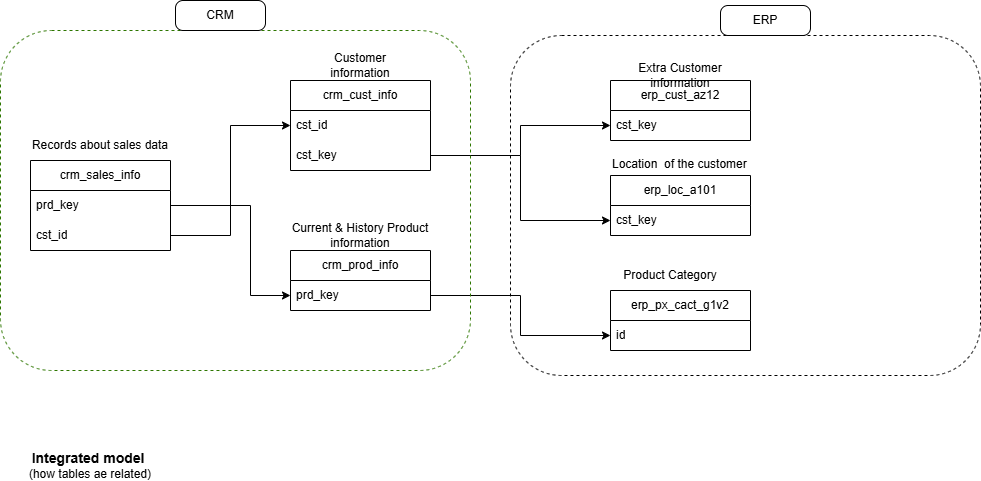
Above: Docs/Data Integration.png in ponugotisubhash/Data-Warehouse (draw.io), before the change. Source tidied: cells renumbered, new cells last; positions are measured from the earlier drawing's top-left corner, leaving out a move shared by most shapes. The source it was exported from:
```xml
<mxGraphModel>
  <root>
    <mxCell id="0" />
    <mxCell id="1" parent="0" />
    <mxCell id="2" value="crm_cust_info" style="swimlane;fontStyle=0;horizontal=1;startSize=30;whiteSpace=wrap;html=1;" parent="1" vertex="1">
      <mxGeometry x="290" y="80" width="140" height="90" as="geometry" />
    </mxCell>
    <mxCell id="3" value="cst_id" style="text;strokeColor=none;fillColor=none;align=left;verticalAlign=middle;spacingLeft=4;spacingRight=4;overflow=hidden;points=[[0,0.5],[1,0.5]];portConstraint=eastwest;whiteSpace=wrap;html=1;" parent="2" vertex="1">
      <mxGeometry y="30" width="140" height="30" as="geometry" />
    </mxCell>
    <mxCell id="4" value="cst_key" style="text;strokeColor=none;fillColor=none;align=left;verticalAlign=middle;spacingLeft=4;spacingRight=4;overflow=hidden;points=[[0,0.5],[1,0.5]];portConstraint=eastwest;whiteSpace=wrap;html=1;" parent="2" vertex="1">
      <mxGeometry y="60" width="140" height="30" as="geometry" />
    </mxCell>
    <mxCell id="5" value="Customer information" style="text;html=1;align=center;verticalAlign=middle;whiteSpace=wrap;rounded=0;" parent="1" vertex="1">
      <mxGeometry x="330" y="50" width="60" height="30" as="geometry" />
    </mxCell>
    <mxCell id="6" value="crm_prod_info" style="swimlane;fontStyle=0;horizontal=1;startSize=30;whiteSpace=wrap;html=1;" parent="1" vertex="1">
      <mxGeometry x="290" y="250" width="140" height="60" as="geometry" />
    </mxCell>
    <mxCell id="7" value="prd&lt;span style=&quot;background-color: transparent; color: light-dark(rgb(0, 0, 0), rgb(255, 255, 255));&quot;&gt;_key&lt;/span&gt;" style="text;strokeColor=none;fillColor=none;align=left;verticalAlign=middle;spacingLeft=4;spacingRight=4;overflow=hidden;points=[[0,0.5],[1,0.5]];portConstraint=eastwest;whiteSpace=wrap;html=1;" parent="6" vertex="1">
      <mxGeometry y="30" width="140" height="30" as="geometry" />
    </mxCell>
    <mxCell id="8" value="Current &amp;amp; History Product information" style="text;html=1;align=center;verticalAlign=middle;whiteSpace=wrap;rounded=0;" parent="1" vertex="1">
      <mxGeometry x="290" y="220" width="140" height="30" as="geometry" />
    </mxCell>
    <mxCell id="9" value="crm_sales_info" style="swimlane;fontStyle=0;horizontal=1;startSize=30;whiteSpace=wrap;html=1;" parent="1" vertex="1">
      <mxGeometry x="30" y="160" width="140" height="90" as="geometry" />
    </mxCell>
    <mxCell id="10" value="&lt;span style=&quot;background-color: transparent; color: light-dark(rgb(0, 0, 0), rgb(255, 255, 255));&quot;&gt;prd_key&lt;/span&gt;" style="text;strokeColor=none;fillColor=none;align=left;verticalAlign=middle;spacingLeft=4;spacingRight=4;overflow=hidden;points=[[0,0.5],[1,0.5]];portConstraint=eastwest;whiteSpace=wrap;html=1;" parent="9" vertex="1">
      <mxGeometry y="30" width="140" height="30" as="geometry" />
    </mxCell>
    <mxCell id="11" value="cst_id" style="text;strokeColor=none;fillColor=none;align=left;verticalAlign=middle;spacingLeft=4;spacingRight=4;overflow=hidden;points=[[0,0.5],[1,0.5]];portConstraint=eastwest;whiteSpace=wrap;html=1;" parent="9" vertex="1">
      <mxGeometry y="60" width="140" height="30" as="geometry" />
    </mxCell>
    <mxCell id="12" value="Records about sales data" style="text;html=1;align=center;verticalAlign=middle;whiteSpace=wrap;rounded=0;" parent="1" vertex="1">
      <mxGeometry x="30" y="130" width="140" height="30" as="geometry" />
    </mxCell>
    <mxCell id="13" style="edgeStyle=orthogonalEdgeStyle;rounded=0;jettySize=auto;html=1;entryX=0;entryY=0.5;entryDx=0;entryDy=0;" parent="1" edge="1" source="11" target="3">
      <mxGeometry relative="1" as="geometry" />
    </mxCell>
    <mxCell id="14" style="edgeStyle=orthogonalEdgeStyle;rounded=0;jettySize=auto;html=1;entryX=0;entryY=0.5;entryDx=0;entryDy=0;" parent="1" edge="1" source="10" target="7">
      <mxGeometry relative="1" as="geometry">
        <Array as="points">
          <mxPoint x="250" y="205" />
          <mxPoint x="250" y="295" />
        </Array>
      </mxGeometry>
    </mxCell>
    <mxCell id="15" value="erp_cust_az12" style="swimlane;fontStyle=0;horizontal=1;startSize=30;whiteSpace=wrap;html=1;" parent="1" vertex="1">
      <mxGeometry x="610" y="80" width="140" height="60" as="geometry" />
    </mxCell>
    <mxCell id="16" value="&lt;span style=&quot;background-color: transparent; color: light-dark(rgb(0, 0, 0), rgb(255, 255, 255));&quot;&gt;cst_key&lt;/span&gt;" style="text;strokeColor=none;fillColor=none;align=left;verticalAlign=middle;spacingLeft=4;spacingRight=4;overflow=hidden;points=[[0,0.5],[1,0.5]];portConstraint=eastwest;whiteSpace=wrap;html=1;" parent="15" vertex="1">
      <mxGeometry y="30" width="140" height="30" as="geometry" />
    </mxCell>
    <mxCell id="17" value="Product Category" style="text;html=1;align=center;verticalAlign=middle;whiteSpace=wrap;rounded=0;" parent="1" vertex="1">
      <mxGeometry x="600" y="260" width="140" height="30" as="geometry" />
    </mxCell>
    <mxCell id="18" style="edgeStyle=orthogonalEdgeStyle;rounded=0;jettySize=auto;html=1;entryX=0;entryY=0.5;entryDx=0;entryDy=0;" parent="1" edge="1" source="4" target="16">
      <mxGeometry relative="1" as="geometry" />
    </mxCell>
    <mxCell id="19" value="erp_loc_a101" style="swimlane;fontStyle=0;horizontal=1;startSize=30;whiteSpace=wrap;html=1;" parent="1" vertex="1">
      <mxGeometry x="610" y="175" width="140" height="60" as="geometry" />
    </mxCell>
    <mxCell id="20" value="&lt;span style=&quot;background-color: transparent; color: light-dark(rgb(0, 0, 0), rgb(255, 255, 255));&quot;&gt;cst_key&lt;/span&gt;" style="text;strokeColor=none;fillColor=none;align=left;verticalAlign=middle;spacingLeft=4;spacingRight=4;overflow=hidden;points=[[0,0.5],[1,0.5]];portConstraint=eastwest;whiteSpace=wrap;html=1;" parent="19" vertex="1">
      <mxGeometry y="30" width="140" height="30" as="geometry" />
    </mxCell>
    <mxCell id="21" value="&lt;div style=&quot;text-align: center;&quot;&gt;&lt;span style=&quot;background-color: transparent; color: light-dark(rgb(0, 0, 0), rgb(255, 255, 255));&quot;&gt;Location&amp;nbsp; of the customer&lt;/span&gt;&lt;/div&gt;" style="text;whiteSpace=wrap;html=1;" parent="1" vertex="1">
      <mxGeometry x="610" y="150" width="180" height="40" as="geometry" />
    </mxCell>
    <mxCell id="22" style="edgeStyle=orthogonalEdgeStyle;rounded=0;jettySize=auto;html=1;entryX=0;entryY=0.5;entryDx=0;entryDy=0;" parent="1" edge="1" source="4" target="20">
      <mxGeometry relative="1" as="geometry" />
    </mxCell>
    <mxCell id="23" value="erp_px_cact_g1v2" style="swimlane;fontStyle=0;horizontal=1;startSize=30;whiteSpace=wrap;html=1;" parent="1" vertex="1">
      <mxGeometry x="610" y="290" width="140" height="60" as="geometry" />
    </mxCell>
    <mxCell id="24" value="id" style="text;strokeColor=none;fillColor=none;align=left;verticalAlign=middle;spacingLeft=4;spacingRight=4;overflow=hidden;points=[[0,0.5],[1,0.5]];portConstraint=eastwest;whiteSpace=wrap;html=1;" parent="23" vertex="1">
      <mxGeometry y="30" width="140" height="30" as="geometry" />
    </mxCell>
    <mxCell id="25" style="edgeStyle=orthogonalEdgeStyle;rounded=0;jettySize=auto;html=1;entryX=0;entryY=0.5;entryDx=0;entryDy=0;" parent="1" edge="1" source="7" target="24">
      <mxGeometry relative="1" as="geometry" />
    </mxCell>
    <mxCell id="26" value="&lt;b&gt;&lt;font style=&quot;font-size: 14px;&quot;&gt;Integrated model&amp;nbsp;&lt;/font&gt;&lt;/b&gt;&lt;div&gt;(how tables ae related)&lt;/div&gt;" style="text;html=1;align=center;verticalAlign=middle;whiteSpace=wrap;rounded=0;" parent="1" vertex="1">
      <mxGeometry x="10" y="450" width="160" height="30" as="geometry" />
    </mxCell>
    <mxCell id="27" style="rounded=1;whiteSpace=wrap;html=1;fillColor=none;dashed=1;fontColor=#ffffff;strokeColor=#2D7600;" parent="1" vertex="1">
      <mxGeometry y="30" width="470" height="340" as="geometry" />
    </mxCell>
    <mxCell id="28" value="CRM" style="text;html=1;align=center;verticalAlign=middle;whiteSpace=wrap;rounded=0;" parent="1" vertex="1">
      <mxGeometry x="190" width="60" height="30" as="geometry" />
    </mxCell>
    <mxCell id="29" style="rounded=1;whiteSpace=wrap;html=1;fillColor=none;arcSize=25;" parent="1" vertex="1">
      <mxGeometry x="175" width="90" height="30" as="geometry" />
    </mxCell>
    <mxCell id="30" value="Extra Customer information" style="text;html=1;align=center;verticalAlign=middle;whiteSpace=wrap;rounded=0;" parent="1" vertex="1">
      <mxGeometry x="610" y="60" width="140" height="30" as="geometry" />
    </mxCell>
    <mxCell id="31" style="rounded=1;whiteSpace=wrap;html=1;fillColor=none;dashed=1;" parent="1" vertex="1">
      <mxGeometry x="510" y="35" width="470" height="340" as="geometry" />
    </mxCell>
    <mxCell id="32" style="rounded=1;whiteSpace=wrap;html=1;fillColor=none;arcSize=25;" parent="1" vertex="1">
      <mxGeometry x="720" y="5" width="90" height="30" as="geometry" />
    </mxCell>
    <mxCell id="33" value="ERP" style="text;html=1;align=center;verticalAlign=middle;whiteSpace=wrap;rounded=0;" parent="1" vertex="1">
      <mxGeometry x="735" y="5" width="60" height="30" as="geometry" />
    </mxCell>
  </root>
</mxGraphModel>
```
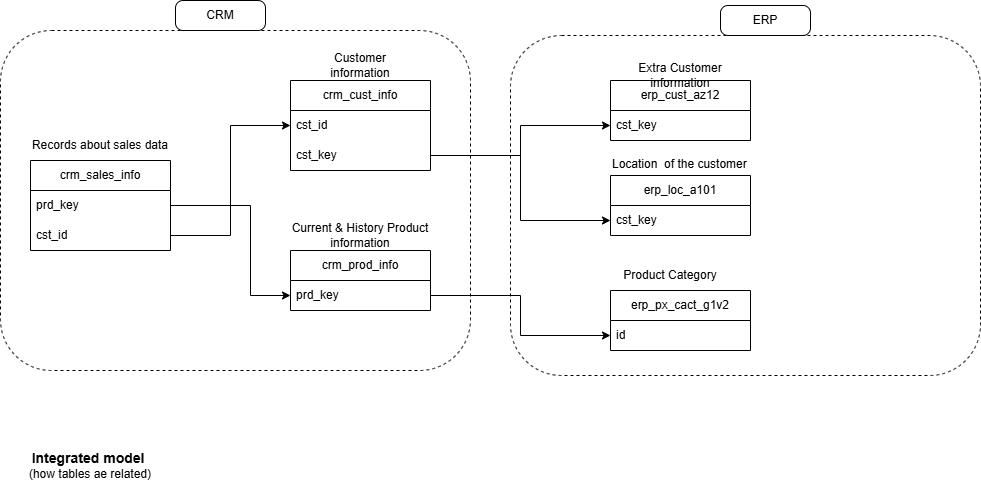
After the commit.

The edit, as a diff of the source:
```diff
@@ -82,7 +82,7 @@
     <mxCell id="26" value="&lt;b&gt;&lt;font style=&quot;font-size: 14px;&quot;&gt;Integrated model&amp;nbsp;&lt;/font&gt;&lt;/b&gt;&lt;div&gt;(how tables ae related)&lt;/div&gt;" style="text;html=1;align=center;verticalAlign=middle;whiteSpace=wrap;rounded=0;" parent="1" vertex="1">
       <mxGeometry x="10" y="450" width="160" height="30" as="geometry" />
     </mxCell>
-    <mxCell id="27" style="rounded=1;whiteSpace=wrap;html=1;fillColor=none;dashed=1;fontColor=#ffffff;strokeColor=#2D7600;" parent="1" vertex="1">
+    <mxCell id="27" style="rounded=1;whiteSpace=wrap;html=1;fillColor=none;dashed=1;" parent="1" vertex="1">
       <mxGeometry y="30" width="470" height="340" as="geometry" />
     </mxCell>
     <mxCell id="28" value="CRM" style="text;html=1;align=center;verticalAlign=middle;whiteSpace=wrap;rounded=0;" parent="1" vertex="1">
```
